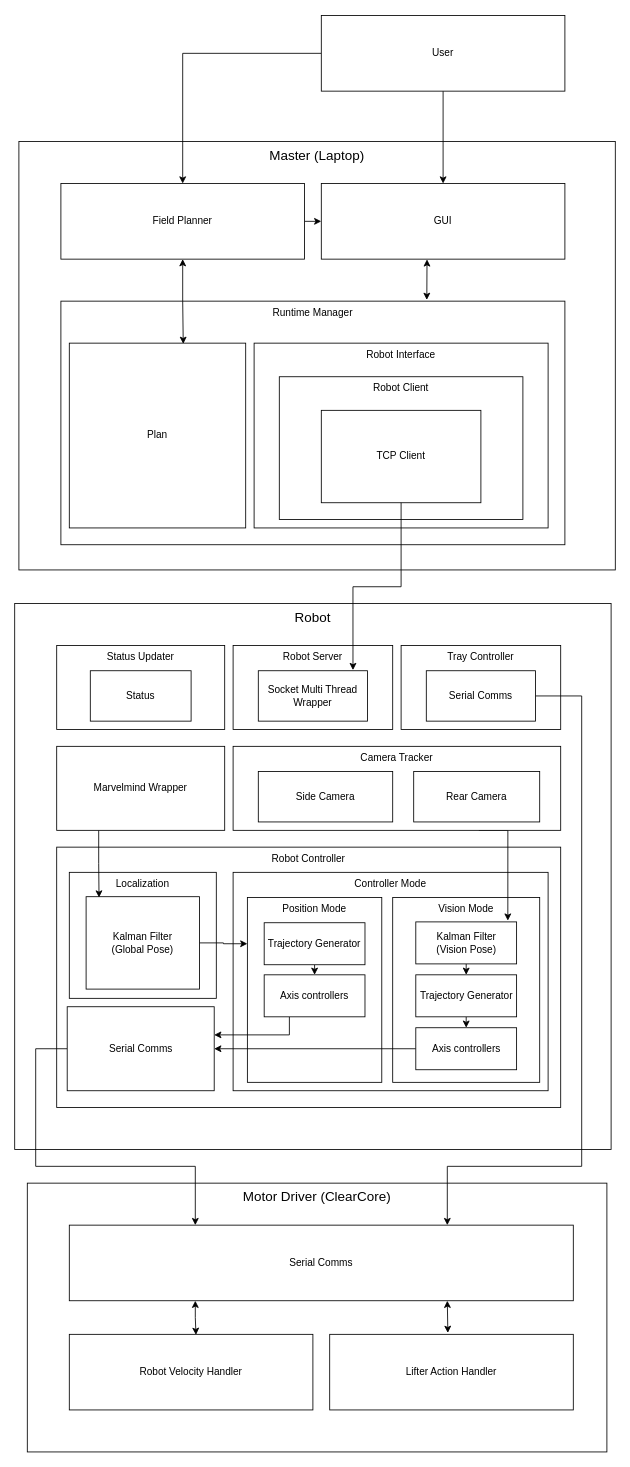
Earlier version of the draw.io diagram doc/DominoRobotSoftwareArchitecture.drawio (alexbaucom17/DominoRobot). Source tidied: cells renumbered, new cells numbered last; positions are measured from the earlier drawing's top-left corner, leaving out a move shared by most shapes. Both pictures are drawn from the tidied source at 84%, with x=0, y=0 at pixel (14, 15).
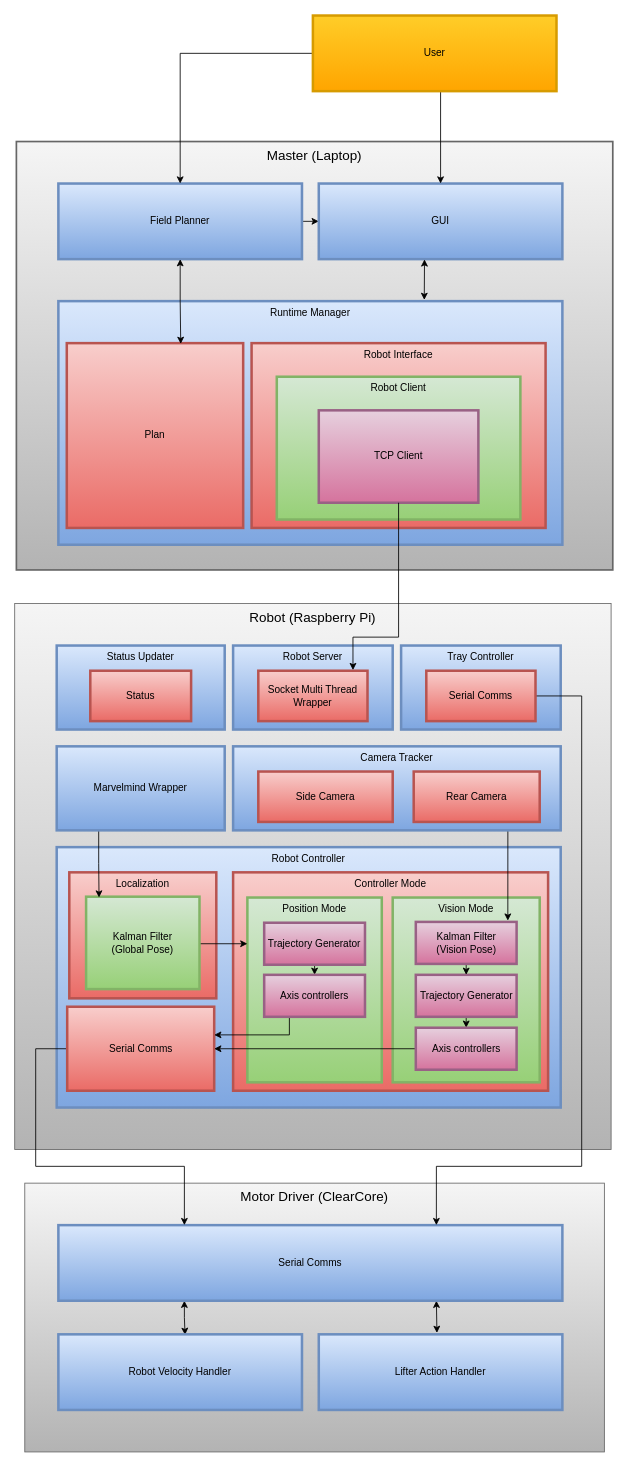
The same diagram, later.

Commit message (it also covers changes not shown here):
Updates to software architecture diagram

Change to the diagram source:
```diff
@@
-    <mxCell id="2" value="Master (Laptop)" style="rounded=0;whiteSpace=wrap;html=1;verticalAlign=top;fontSize=16;" parent="1" vertex="1">
-      <mxGeometry x="5" y="150" width="710" height="510" as="geometry" />
+    <mxCell id="2" value="Master (Laptop)" style="rounded=0;whiteSpace=wrap;html=1;verticalAlign=top;fontSize=16;gradientColor=#b3b3b3;fillColor=#f5f5f5;strokeColor=#666666;strokeWidth=2;" parent="1" vertex="1">
+      <mxGeometry x="2" y="150" width="710" height="510" as="geometry" />
     </mxCell>
@@
-    <mxCell id="4" value="Field Planner" style="rounded=0;whiteSpace=wrap;html=1;" parent="1" vertex="1">
-      <mxGeometry x="55" y="200" width="290" height="90" as="geometry" />
+    <mxCell id="4" value="Field Planner" style="rounded=0;whiteSpace=wrap;html=1;gradientColor=#7ea6e0;fillColor=#dae8fc;strokeColor=#6c8ebf;strokeWidth=3;" parent="1" vertex="1">
+      <mxGeometry x="52" y="200" width="290" height="90" as="geometry" />
     </mxCell>
-    <mxCell id="5" value="GUI" style="rounded=0;whiteSpace=wrap;html=1;" parent="1" vertex="1">
-      <mxGeometry x="365" y="200" width="290" height="90" as="geometry" />
+    <mxCell id="5" value="GUI" style="rounded=0;whiteSpace=wrap;html=1;gradientColor=#7ea6e0;fillColor=#dae8fc;strokeColor=#6c8ebf;strokeWidth=3;" parent="1" vertex="1">
+      <mxGeometry x="362" y="200" width="290" height="90" as="geometry" />
     </mxCell>
-    <mxCell id="6" value="Runtime Manager" style="rounded=0;whiteSpace=wrap;html=1;verticalAlign=top;" parent="1" vertex="1">
-      <mxGeometry x="55" y="340" width="600" height="290" as="geometry" />
+    <mxCell id="6" value="Runtime Manager" style="rounded=0;whiteSpace=wrap;html=1;verticalAlign=top;gradientColor=#7ea6e0;fillColor=#dae8fc;strokeColor=#6c8ebf;strokeWidth=3;" parent="1" vertex="1">
+      <mxGeometry x="52" y="340" width="600" height="290" as="geometry" />
     </mxCell>
-    <mxCell id="7" value="Plan" style="rounded=0;whiteSpace=wrap;html=1;verticalAlign=middle;horizontal=1;" parent="1" vertex="1">
-      <mxGeometry x="65" y="390" width="210" height="220" as="geometry" />
+    <mxCell id="7" value="Plan" style="rounded=0;whiteSpace=wrap;html=1;verticalAlign=middle;horizontal=1;gradientColor=#ea6b66;fillColor=#f8cecc;strokeColor=#b85450;strokeWidth=3;" parent="1" vertex="1">
+      <mxGeometry x="62" y="390" width="210" height="220" as="geometry" />
     </mxCell>
-    <mxCell id="8" value="Robot Interface" style="rounded=0;whiteSpace=wrap;html=1;verticalAlign=top;" parent="1" vertex="1">
-      <mxGeometry x="285" y="390" width="350" height="220" as="geometry" />
+    <mxCell id="8" value="Robot Interface" style="rounded=0;whiteSpace=wrap;html=1;verticalAlign=top;gradientColor=#ea6b66;fillColor=#f8cecc;strokeColor=#b85450;strokeWidth=3;" parent="1" vertex="1">
+      <mxGeometry x="282" y="390" width="350" height="220" as="geometry" />
     </mxCell>
-    <mxCell id="9" value="Robot Client" style="rounded=0;whiteSpace=wrap;html=1;verticalAlign=top;" parent="1" vertex="1">
-      <mxGeometry x="315" y="430" width="290" height="170" as="geometry" />
+    <mxCell id="9" value="Robot Client" style="rounded=0;whiteSpace=wrap;html=1;verticalAlign=top;gradientColor=#97d077;fillColor=#d5e8d4;strokeColor=#82b366;strokeWidth=3;" parent="1" vertex="1">
+      <mxGeometry x="312" y="430" width="290" height="170" as="geometry" />
     </mxCell>
-    <mxCell id="10" value="TCP Client" style="rounded=0;whiteSpace=wrap;html=1;verticalAlign=middle;" parent="1" vertex="1">
-      <mxGeometry x="365" y="470" width="190" height="110" as="geometry" />
+    <mxCell id="10" value="TCP Client" style="rounded=0;whiteSpace=wrap;html=1;verticalAlign=middle;gradientColor=#d5739d;fillColor=#e6d0de;strokeColor=#996185;strokeWidth=3;" parent="1" vertex="1">
+      <mxGeometry x="362" y="470" width="190" height="110" as="geometry" />
     </mxCell>
     <mxCell id="11" style="edgeStyle=orthogonalEdgeStyle;rounded=0;jettySize=auto;html=1;exitX=0.5;exitY=1;exitDx=0;exitDy=0;entryX=0.5;entryY=0;entryDx=0;entryDy=0;fontSize=16;" parent="1" edge="1" source="13" target="5">
-      <mxGeometry relative="1" as="geometry" />
+      <mxGeometry relative="1" as="geometry">
+        <Array as="points">
+          <mxPoint x="507" y="90" />
+        </Array>
+      </mxGeometry>
     </mxCell>
@@
-    <mxCell id="13" value="User" style="rounded=0;whiteSpace=wrap;html=1;" parent="1" vertex="1">
-      <mxGeometry x="365" width="290" height="90" as="geometry" />
+    <mxCell id="13" value="User" style="rounded=0;whiteSpace=wrap;html=1;gradientColor=#ffa500;fillColor=#ffcd28;strokeColor=#d79b00;strokeWidth=3;" parent="1" vertex="1">
+      <mxGeometry x="355" width="290" height="90" as="geometry" />
     </mxCell>
@@
-    <mxCell id="16" value="Motor Driver (ClearCore)" style="rounded=0;whiteSpace=wrap;html=1;verticalAlign=top;fontSize=16;" parent="1" vertex="1">
-      <mxGeometry x="15" y="1390" width="690" height="320" as="geometry" />
+    <mxCell id="16" value="Motor Driver (ClearCore)" style="rounded=0;whiteSpace=wrap;html=1;verticalAlign=top;fontSize=16;gradientColor=#b3b3b3;fillColor=#f5f5f5;strokeColor=#666666;" parent="1" vertex="1">
+      <mxGeometry x="12" y="1390" width="690" height="320" as="geometry" />
     </mxCell>
@@
-    <mxCell id="19" value="Serial Comms" style="rounded=0;whiteSpace=wrap;html=1;" parent="1" vertex="1">
-      <mxGeometry x="65" y="1440" width="600" height="90" as="geometry" />
+    <mxCell id="19" value="Serial Comms" style="rounded=0;whiteSpace=wrap;html=1;gradientColor=#7ea6e0;fillColor=#dae8fc;strokeColor=#6c8ebf;strokeWidth=3;" parent="1" vertex="1">
+      <mxGeometry x="52" y="1440" width="600" height="90" as="geometry" />
     </mxCell>
-    <mxCell id="20" value="Robot Velocity Handler" style="rounded=0;whiteSpace=wrap;html=1;" parent="1" vertex="1">
-      <mxGeometry x="65" y="1570" width="290" height="90" as="geometry" />
+    <mxCell id="20" value="Robot Velocity Handler" style="rounded=0;whiteSpace=wrap;html=1;gradientColor=#7ea6e0;fillColor=#dae8fc;strokeColor=#6c8ebf;strokeWidth=3;" parent="1" vertex="1">
+      <mxGeometry x="52" y="1570" width="290" height="90" as="geometry" />
     </mxCell>
-    <mxCell id="21" value="Lifter Action Handler" style="rounded=0;whiteSpace=wrap;html=1;" parent="1" vertex="1">
-      <mxGeometry x="375" y="1570" width="290" height="90" as="geometry" />
+    <mxCell id="21" value="Lifter Action Handler" style="rounded=0;whiteSpace=wrap;html=1;gradientColor=#7ea6e0;fillColor=#dae8fc;strokeColor=#6c8ebf;strokeWidth=3;" parent="1" vertex="1">
+      <mxGeometry x="362" y="1570" width="290" height="90" as="geometry" />
     </mxCell>
-    <mxCell id="22" value="Robot" style="rounded=0;whiteSpace=wrap;html=1;verticalAlign=top;fontSize=16;" parent="1" vertex="1">
+    <mxCell id="22" value="Robot (Raspberry Pi)" style="rounded=0;whiteSpace=wrap;html=1;verticalAlign=top;fontSize=16;gradientColor=#b3b3b3;fillColor=#f5f5f5;strokeColor=#666666;" parent="1" vertex="1">
       <mxGeometry y="700" width="710" height="650" as="geometry" />
     </mxCell>
-    <mxCell id="23" value="Robot Controller" style="rounded=0;whiteSpace=wrap;html=1;verticalAlign=top;" parent="1" vertex="1">
+    <mxCell id="23" value="Robot Controller" style="rounded=0;whiteSpace=wrap;html=1;verticalAlign=top;strokeColor=#6c8ebf;strokeWidth=3;fillColor=#dae8fc;gradientColor=#7ea6e0;" parent="1" vertex="1">
       <mxGeometry x="50" y="990" width="600" height="310" as="geometry" />
     </mxCell>
     <mxCell id="24" style="edgeStyle=orthogonalEdgeStyle;rounded=0;jettySize=auto;html=1;exitX=0;exitY=0.5;exitDx=0;exitDy=0;entryX=0.25;entryY=0;entryDx=0;entryDy=0;" parent="1" edge="1" source="25" target="19">
       <mxGeometry relative="1" as="geometry">
         <Array as="points">
           <mxPoint x="25" y="1230" />
           <mxPoint x="25" y="1370" />
-          <mxPoint x="215" y="1370" />
+          <mxPoint x="202" y="1370" />
         </Array>
       </mxGeometry>
     </mxCell>
-    <mxCell id="25" value="Serial Comms" style="rounded=0;whiteSpace=wrap;html=1;verticalAlign=middle;horizontal=1;" parent="1" vertex="1">
+    <mxCell id="25" value="Serial Comms" style="rounded=0;whiteSpace=wrap;html=1;verticalAlign=middle;horizontal=1;strokeColor=#b85450;strokeWidth=3;fillColor=#f8cecc;gradientColor=#ea6b66;" parent="1" vertex="1">
       <mxGeometry x="62.5" y="1180" width="175" height="100" as="geometry" />
     </mxCell>
-    <mxCell id="26" value="Controller Mode" style="rounded=0;whiteSpace=wrap;html=1;verticalAlign=top;" parent="1" vertex="1">
+    <mxCell id="26" value="Controller Mode" style="rounded=0;whiteSpace=wrap;html=1;verticalAlign=top;strokeColor=#b85450;strokeWidth=3;fillColor=#f8cecc;gradientColor=#ea6b66;" parent="1" vertex="1">
       <mxGeometry x="260" y="1020" width="375" height="260" as="geometry" />
     </mxCell>
-    <mxCell id="27" value="Position Mode" style="rounded=0;whiteSpace=wrap;html=1;verticalAlign=top;" parent="1" vertex="1">
+    <mxCell id="27" value="Position Mode" style="rounded=0;whiteSpace=wrap;html=1;verticalAlign=top;strokeColor=#82b366;strokeWidth=3;fillColor=#d5e8d4;gradientColor=#97d077;" parent="1" vertex="1">
       <mxGeometry x="277" y="1050" width="160" height="220" as="geometry" />
     </mxCell>
@@
-    <mxCell id="29" value="Trajectory Generator" style="rounded=0;whiteSpace=wrap;html=1;verticalAlign=middle;" parent="1" vertex="1">
+    <mxCell id="29" value="Trajectory Generator" style="rounded=0;whiteSpace=wrap;html=1;verticalAlign=middle;strokeColor=#996185;strokeWidth=3;fillColor=#e6d0de;gradientColor=#d5739d;" parent="1" vertex="1">
       <mxGeometry x="297" y="1080" width="120" height="50" as="geometry" />
     </mxCell>
-    <mxCell id="30" value="Localization" style="rounded=0;whiteSpace=wrap;html=1;verticalAlign=top;horizontal=1;" parent="1" vertex="1">
+    <mxCell id="30" value="Localization" style="rounded=0;whiteSpace=wrap;html=1;verticalAlign=top;horizontal=1;strokeColor=#b85450;strokeWidth=3;fillColor=#f8cecc;gradientColor=#ea6b66;" parent="1" vertex="1">
       <mxGeometry x="65" y="1020" width="175" height="150" as="geometry" />
     </mxCell>
     <mxCell id="31" style="edgeStyle=orthogonalEdgeStyle;rounded=0;jettySize=auto;html=1;exitX=1;exitY=0.5;exitDx=0;exitDy=0;entryX=0;entryY=0.25;entryDx=0;entryDy=0;" parent="1" edge="1" source="32" target="27">
-      <mxGeometry relative="1" as="geometry" />
+      <mxGeometry relative="1" as="geometry">
+        <Array as="points">
+          <mxPoint x="220" y="1105" />
+        </Array>
+      </mxGeometry>
     </mxCell>
-    <mxCell id="32" value="Kalman Filter &lt;br&gt;(Global Pose)" style="rounded=0;whiteSpace=wrap;html=1;verticalAlign=middle;horizontal=1;" parent="1" vertex="1">
+    <mxCell id="32" value="Kalman Filter &lt;br&gt;(Global Pose)" style="rounded=0;whiteSpace=wrap;html=1;verticalAlign=middle;horizontal=1;strokeColor=#82b366;strokeWidth=3;fillColor=#d5e8d4;gradientColor=#97d077;" parent="1" vertex="1">
       <mxGeometry x="85" y="1049" width="135" height="110" as="geometry" />
     </mxCell>
-    <mxCell id="33" value="Vision Mode" style="rounded=0;whiteSpace=wrap;html=1;verticalAlign=top;" parent="1" vertex="1">
+    <mxCell id="33" value="Vision Mode" style="rounded=0;whiteSpace=wrap;html=1;verticalAlign=top;strokeColor=#82b366;strokeWidth=3;fillColor=#d5e8d4;gradientColor=#97d077;" parent="1" vertex="1">
       <mxGeometry x="450" y="1050" width="175" height="220" as="geometry" />
     </mxCell>
@@
-    <mxCell id="35" value="Axis controllers" style="rounded=0;whiteSpace=wrap;html=1;verticalAlign=middle;" parent="1" vertex="1">
+    <mxCell id="35" value="Axis controllers" style="rounded=0;whiteSpace=wrap;html=1;verticalAlign=middle;strokeColor=#996185;strokeWidth=3;fillColor=#e6d0de;gradientColor=#d5739d;" parent="1" vertex="1">
       <mxGeometry x="297" y="1142" width="120" height="50" as="geometry" />
     </mxCell>
@@
-    <mxCell id="37" value="Trajectory Generator" style="rounded=0;whiteSpace=wrap;html=1;verticalAlign=middle;" parent="1" vertex="1">
+    <mxCell id="37" value="Trajectory Generator" style="rounded=0;whiteSpace=wrap;html=1;verticalAlign=middle;strokeColor=#996185;strokeWidth=3;fillColor=#e6d0de;gradientColor=#d5739d;" parent="1" vertex="1">
       <mxGeometry x="477.5" y="1142" width="120" height="50" as="geometry" />
     </mxCell>
@@
-    <mxCell id="39" value="Axis controllers" style="rounded=0;whiteSpace=wrap;html=1;verticalAlign=middle;" parent="1" vertex="1">
+    <mxCell id="39" value="Axis controllers" style="rounded=0;whiteSpace=wrap;html=1;verticalAlign=middle;strokeColor=#996185;strokeWidth=3;fillColor=#e6d0de;gradientColor=#d5739d;" parent="1" vertex="1">
       <mxGeometry x="477.5" y="1205" width="120" height="50" as="geometry" />
     </mxCell>
@@
-    <mxCell id="41" value="Kalman Filter &lt;br&gt;(Vision Pose)" style="rounded=0;whiteSpace=wrap;html=1;verticalAlign=middle;" parent="1" vertex="1">
+    <mxCell id="41" value="Kalman Filter &lt;br&gt;(Vision Pose)" style="rounded=0;whiteSpace=wrap;html=1;verticalAlign=middle;strokeColor=#996185;strokeWidth=3;fillColor=#e6d0de;gradientColor=#d5739d;" parent="1" vertex="1">
       <mxGeometry x="477.5" y="1079" width="120" height="50" as="geometry" />
     </mxCell>
-    <mxCell id="42" value="Status Updater" style="rounded=0;whiteSpace=wrap;html=1;verticalAlign=top;horizontal=1;" parent="1" vertex="1">
+    <mxCell id="42" value="Status Updater" style="rounded=0;whiteSpace=wrap;html=1;verticalAlign=top;horizontal=1;strokeColor=#6c8ebf;strokeWidth=3;fillColor=#dae8fc;gradientColor=#7ea6e0;" parent="1" vertex="1">
       <mxGeometry x="50" y="750" width="200" height="100" as="geometry" />
     </mxCell>
-    <mxCell id="43" value="Robot Server" style="rounded=0;whiteSpace=wrap;html=1;verticalAlign=top;horizontal=1;" parent="1" vertex="1">
+    <mxCell id="43" value="Robot Server" style="rounded=0;whiteSpace=wrap;html=1;verticalAlign=top;horizontal=1;strokeColor=#6c8ebf;strokeWidth=3;fillColor=#dae8fc;gradientColor=#7ea6e0;" parent="1" vertex="1">
       <mxGeometry x="260" y="750" width="190" height="100" as="geometry" />
     </mxCell>
-    <mxCell id="44" value="Status" style="rounded=0;whiteSpace=wrap;html=1;verticalAlign=middle;horizontal=1;" parent="1" vertex="1">
+    <mxCell id="44" value="Status" style="rounded=0;whiteSpace=wrap;html=1;verticalAlign=middle;horizontal=1;strokeColor=#b85450;strokeWidth=3;fillColor=#f8cecc;gradientColor=#ea6b66;" parent="1" vertex="1">
       <mxGeometry x="90" y="780" width="120" height="60" as="geometry" />
     </mxCell>
-    <mxCell id="45" value="Socket Multi Thread Wrapper" style="rounded=0;whiteSpace=wrap;html=1;verticalAlign=middle;horizontal=1;" parent="1" vertex="1">
+    <mxCell id="45" value="Socket Multi Thread Wrapper" style="rounded=0;whiteSpace=wrap;html=1;verticalAlign=middle;horizontal=1;strokeColor=#b85450;strokeWidth=3;fillColor=#f8cecc;gradientColor=#ea6b66;" parent="1" vertex="1">
       <mxGeometry x="290" y="780" width="130" height="60" as="geometry" />
     </mxCell>
-    <mxCell id="46" value="Tray Controller" style="rounded=0;whiteSpace=wrap;html=1;verticalAlign=top;horizontal=1;" parent="1" vertex="1">
+    <mxCell id="46" value="Tray Controller" style="rounded=0;whiteSpace=wrap;html=1;verticalAlign=top;horizontal=1;gradientColor=#7ea6e0;fillColor=#dae8fc;strokeColor=#6c8ebf;strokeWidth=3;" parent="1" vertex="1">
       <mxGeometry x="460" y="750" width="190" height="100" as="geometry" />
     </mxCell>
     <mxCell id="47" style="edgeStyle=orthogonalEdgeStyle;rounded=0;jettySize=auto;html=1;exitX=1;exitY=0.5;exitDx=0;exitDy=0;entryX=0.75;entryY=0;entryDx=0;entryDy=0;" parent="1" edge="1" source="48" target="19">
       <mxGeometry relative="1" as="geometry">
         <Array as="points">
           <mxPoint x="675" y="810" />
           <mxPoint x="675" y="1370" />
-          <mxPoint x="515" y="1370" />
+          <mxPoint x="502" y="1370" />
         </Array>
       </mxGeometry>
     </mxCell>
-    <mxCell id="48" value="Serial Comms" style="rounded=0;whiteSpace=wrap;html=1;verticalAlign=middle;horizontal=1;" parent="1" vertex="1">
+    <mxCell id="48" value="Serial Comms" style="rounded=0;whiteSpace=wrap;html=1;verticalAlign=middle;horizontal=1;strokeColor=#b85450;strokeWidth=3;fillColor=#f8cecc;gradientColor=#ea6b66;" parent="1" vertex="1">
       <mxGeometry x="490" y="780" width="130" height="60" as="geometry" />
     </mxCell>
@@
-    <mxCell id="50" value="Marvelmind Wrapper" style="rounded=0;whiteSpace=wrap;html=1;verticalAlign=middle;horizontal=1;" parent="1" vertex="1">
+    <mxCell id="50" value="Marvelmind Wrapper" style="rounded=0;whiteSpace=wrap;html=1;verticalAlign=middle;horizontal=1;strokeColor=#6c8ebf;strokeWidth=3;fillColor=#dae8fc;gradientColor=#7ea6e0;" parent="1" vertex="1">
       <mxGeometry x="50" y="870" width="200" height="100" as="geometry" />
     </mxCell>
@@
-    <mxCell id="52" value="Camera Tracker" style="rounded=0;whiteSpace=wrap;html=1;verticalAlign=top;horizontal=1;" parent="1" vertex="1">
+    <mxCell id="52" value="Camera Tracker" style="rounded=0;whiteSpace=wrap;html=1;verticalAlign=top;horizontal=1;strokeColor=#6c8ebf;strokeWidth=3;fillColor=#dae8fc;gradientColor=#7ea6e0;" parent="1" vertex="1">
       <mxGeometry x="260" y="870" width="390" height="100" as="geometry" />
     </mxCell>
-    <mxCell id="53" value="Side Camera" style="rounded=0;whiteSpace=wrap;html=1;verticalAlign=middle;horizontal=1;" parent="1" vertex="1">
+    <mxCell id="53" value="Side Camera" style="rounded=0;whiteSpace=wrap;html=1;verticalAlign=middle;horizontal=1;strokeColor=#b85450;strokeWidth=3;fillColor=#f8cecc;gradientColor=#ea6b66;" parent="1" vertex="1">
       <mxGeometry x="290" y="900" width="160" height="60" as="geometry" />
     </mxCell>
-    <mxCell id="54" value="Rear Camera" style="rounded=0;whiteSpace=wrap;html=1;verticalAlign=middle;horizontal=1;" parent="1" vertex="1">
+    <mxCell id="54" value="Rear Camera" style="rounded=0;whiteSpace=wrap;html=1;verticalAlign=middle;horizontal=1;strokeColor=#b85450;strokeWidth=3;fillColor=#f8cecc;gradientColor=#ea6b66;" parent="1" vertex="1">
       <mxGeometry x="475" y="900" width="150" height="60" as="geometry" />
     </mxCell>
     <mxCell id="55" style="edgeStyle=orthogonalEdgeStyle;rounded=0;jettySize=auto;html=1;exitX=0.5;exitY=1;exitDx=0;exitDy=0;entryX=0.867;entryY=-0.013;entryDx=0;entryDy=0;entryPerimeter=0;" parent="1" edge="1" source="10" target="45">
       <mxGeometry relative="1" as="geometry">
         <Array as="points">
-          <mxPoint x="460" y="680" />
-          <mxPoint x="403" y="680" />
-          <mxPoint x="403" y="779" />
+          <mxPoint x="457" y="740" />
+          <mxPoint x="403" y="740" />
         </Array>
       </mxGeometry>
     </mxCell>
```
